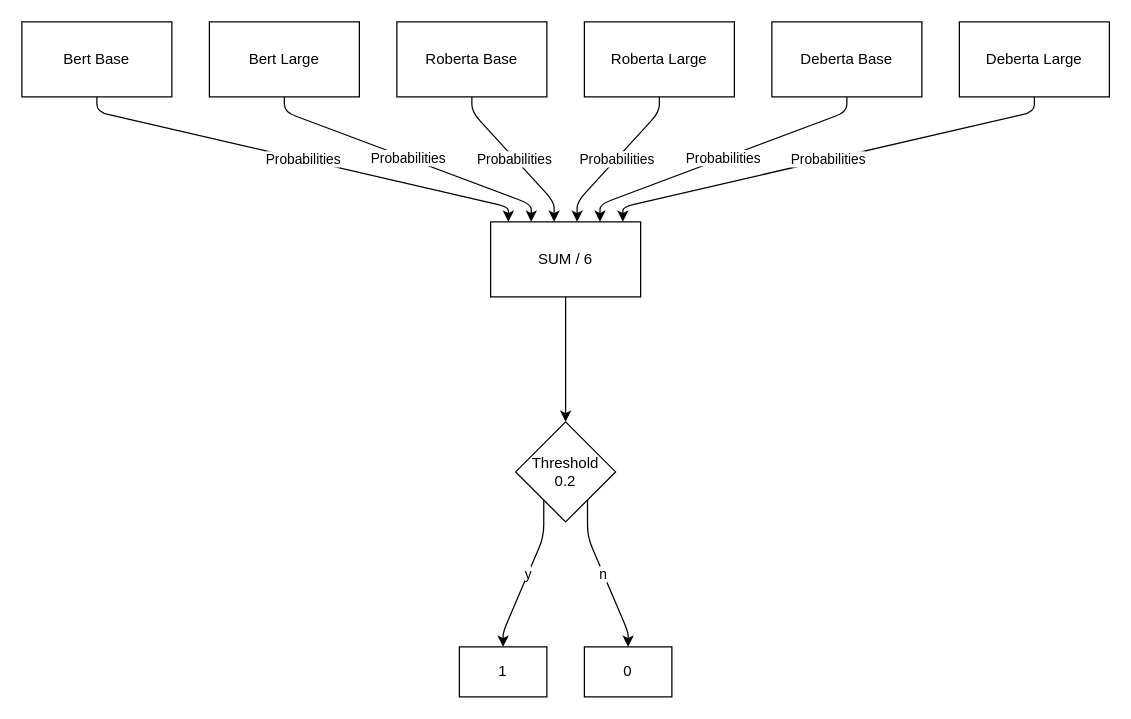
Above: diagrams/prob-equal.drawio in diegodimer/valueeval24 (draw.io), before the change. Source tidied: cells renumbered, new cells numbered last; positions are measured from the earlier drawing's top-left corner, leaving out a move shared by most shapes. Both pictures are drawn from the tidied source at 125%, with x=0, y=0 at pixel (21, 21).
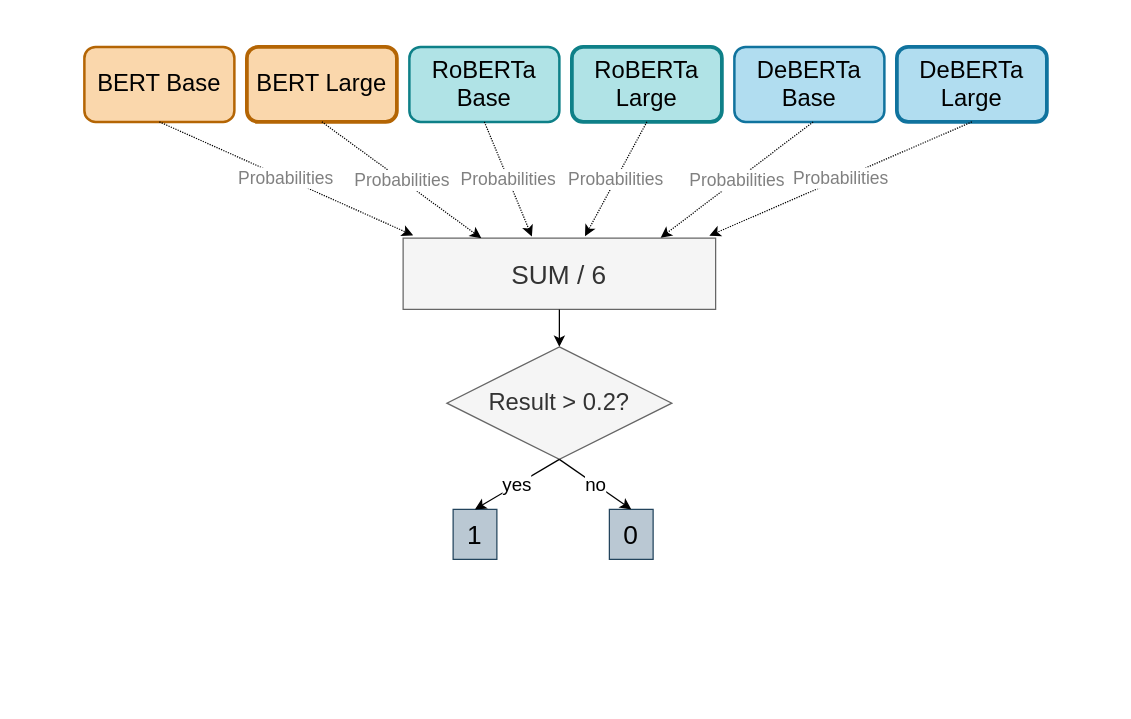
Above is the later version.

The edit, as a diff of the source:
```diff
@@
-    <mxCell id="2" value="Probabilities" style="edgeStyle=none;html=1;noEdgeStyle=1;orthogonal=1;" parent="1" edge="1" source="3" target="15">
-      <mxGeometry relative="1" as="geometry">
-        <Array as="points">
-          <mxPoint x="60" y="72" />
-          <mxPoint x="389.2" y="148" />
-        </Array>
-      </mxGeometry>
-    </mxCell>
-    <mxCell id="3" value="Bert Base" style="rounded=0;whiteSpace=wrap;html=1;" parent="1" vertex="1">
-      <mxGeometry width="120" height="60" as="geometry" />
-    </mxCell>
-    <mxCell id="4" value="Bert Large" style="rounded=0;whiteSpace=wrap;html=1;" parent="1" vertex="1">
-      <mxGeometry x="150" width="120" height="60" as="geometry" />
-    </mxCell>
-    <mxCell id="5" value="Roberta Base" style="rounded=0;whiteSpace=wrap;html=1;" parent="1" vertex="1">
-      <mxGeometry x="300" width="120" height="60" as="geometry" />
-    </mxCell>
-    <mxCell id="6" value="Roberta Large" style="rounded=0;whiteSpace=wrap;html=1;" parent="1" vertex="1">
-      <mxGeometry x="450" width="120" height="60" as="geometry" />
-    </mxCell>
-    <mxCell id="7" value="Deberta Base" style="rounded=0;whiteSpace=wrap;html=1;" parent="1" vertex="1">
-      <mxGeometry x="600" width="120" height="60" as="geometry" />
-    </mxCell>
-    <mxCell id="8" value="Deberta Large" style="rounded=0;whiteSpace=wrap;html=1;" parent="1" vertex="1">
-      <mxGeometry x="750" width="120" height="60" as="geometry" />
-    </mxCell>
-    <mxCell id="9" value="Probabilities" style="edgeStyle=none;html=1;noEdgeStyle=1;orthogonal=1;" parent="1" edge="1" source="4" target="15">
-      <mxGeometry relative="1" as="geometry">
-        <Array as="points">
-          <mxPoint x="210" y="72" />
-          <mxPoint x="407.5" y="146" />
-        </Array>
-      </mxGeometry>
-    </mxCell>
-    <mxCell id="10" value="Probabilities" style="edgeStyle=none;html=1;noEdgeStyle=1;orthogonal=1;" parent="1" edge="1" source="6" target="15">
-      <mxGeometry relative="1" as="geometry">
-        <Array as="points">
-          <mxPoint x="510" y="72" />
-          <mxPoint x="444.2" y="144" />
-        </Array>
-      </mxGeometry>
-    </mxCell>
-    <mxCell id="11" value="Probabilities" style="edgeStyle=none;html=1;noEdgeStyle=1;orthogonal=1;" parent="1" edge="1" source="7" target="15">
-      <mxGeometry relative="1" as="geometry">
-        <Array as="points">
-          <mxPoint x="660" y="72" />
-          <mxPoint x="462.5" y="146" />
-        </Array>
-      </mxGeometry>
-    </mxCell>
-    <mxCell id="12" value="Probabilities" style="edgeStyle=none;html=1;noEdgeStyle=1;orthogonal=1;" parent="1" edge="1" source="8" target="15">
-      <mxGeometry relative="1" as="geometry">
-        <Array as="points">
-          <mxPoint x="810" y="72" />
-          <mxPoint x="480.8" y="148" />
-        </Array>
-      </mxGeometry>
-    </mxCell>
-    <mxCell id="13" value="Probabilities" style="edgeStyle=none;html=1;noEdgeStyle=1;orthogonal=1;" parent="1" edge="1" source="5" target="15">
-      <mxGeometry relative="1" as="geometry">
-        <Array as="points">
-          <mxPoint x="360" y="72" />
-          <mxPoint x="425.8" y="144" />
-        </Array>
-      </mxGeometry>
-    </mxCell>
-    <mxCell id="14" style="edgeStyle=none;html=1;noEdgeStyle=1;orthogonal=1;" parent="1" edge="1" source="15" target="18">
-      <mxGeometry relative="1" as="geometry">
-        <Array as="points">
-          <mxPoint x="435" y="232" />
-          <mxPoint x="435" y="308" />
-        </Array>
-      </mxGeometry>
-    </mxCell>
-    <mxCell id="15" value="SUM / 6" style="rounded=0;whiteSpace=wrap;html=1;" parent="1" vertex="1">
-      <mxGeometry x="375" y="160" width="120" height="60" as="geometry" />
+    <mxCell id="15" value="&lt;font style=&quot;font-size: 21px;&quot;&gt;SUM / 6&lt;/font&gt;" style="rounded=0;whiteSpace=wrap;html=1;fillColor=#f5f5f5;fontColor=#333333;strokeColor=#666666;" parent="1" vertex="1">
+      <mxGeometry x="305" y="173" width="250" height="57" as="geometry" />
     </mxCell>
-    <mxCell id="16" value="y" style="edgeStyle=none;html=1;noEdgeStyle=1;orthogonal=1;" parent="1" edge="1" source="18" target="19">
-      <mxGeometry relative="1" as="geometry">
-        <Array as="points">
-          <mxPoint x="417.5" y="412" />
-          <mxPoint x="385" y="488" />
-        </Array>
-      </mxGeometry>
-    </mxCell>
-    <mxCell id="17" value="n" style="edgeStyle=none;html=1;noEdgeStyle=1;orthogonal=1;" parent="1" edge="1" source="18" target="20">
-      <mxGeometry relative="1" as="geometry">
-        <Array as="points">
-          <mxPoint x="452.5" y="412" />
-          <mxPoint x="485" y="488" />
-        </Array>
-      </mxGeometry>
-    </mxCell>
-    <mxCell id="18" value="Threshold&lt;br&gt;0.2" style="rhombus;whiteSpace=wrap;html=1;" parent="1" vertex="1">
-      <mxGeometry x="395" y="320" width="80" height="80" as="geometry" />
-    </mxCell>
+    <mxCell id="21" value="BERT Base" style="rounded=1;whiteSpace=wrap;html=1;fontSize=19;fillColor=#fad7ac;strokeColor=#b46504;strokeWidth=2;" parent="1" vertex="1">
+      <mxGeometry x="50" y="20" width="120" height="60" as="geometry" />
+    </mxCell>
+    <mxCell id="22" value="BERT Large" style="rounded=1;whiteSpace=wrap;html=1;fontSize=19;fillColor=#fad7ac;strokeColor=#b46504;strokeWidth=3;" parent="1" vertex="1">
+      <mxGeometry x="180" y="20" width="120" height="60" as="geometry" />
+    </mxCell>
+    <mxCell id="23" value="RoBERTa Base" style="rounded=1;whiteSpace=wrap;html=1;fontSize=19;fillColor=#b0e3e6;strokeColor=#0e8088;strokeWidth=2;" parent="1" vertex="1">
+      <mxGeometry x="310" y="20" width="120" height="60" as="geometry" />
+    </mxCell>
+    <mxCell id="24" value="RoBERTa Large" style="rounded=1;whiteSpace=wrap;html=1;fontSize=19;fillColor=#b0e3e6;strokeColor=#0e8088;strokeWidth=3;" parent="1" vertex="1">
+      <mxGeometry x="440" y="20" width="120" height="60" as="geometry" />
+    </mxCell>
+    <mxCell id="25" value="DeBERTa Base" style="rounded=1;whiteSpace=wrap;html=1;fontSize=19;fillColor=#b1ddf0;strokeColor=#10739e;strokeWidth=2;" parent="1" vertex="1">
+      <mxGeometry x="570" y="20" width="120" height="60" as="geometry" />
+    </mxCell>
+    <mxCell id="26" value="DeBERTa Large" style="rounded=1;whiteSpace=wrap;html=1;fontSize=19;fillColor=#b1ddf0;strokeColor=#10739e;strokeWidth=3;" parent="1" vertex="1">
+      <mxGeometry x="700" y="20" width="120" height="60" as="geometry" />
+    </mxCell>
+    <mxCell id="27" value="Probabilities" style="endArrow=classic;html=1;rounded=0;exitX=0.5;exitY=1;exitDx=0;exitDy=0;entryX=0.032;entryY=-0.039;entryDx=0;entryDy=0;entryPerimeter=0;dashed=1;dashPattern=1 1;fontSize=14;fontColor=#808080;" parent="1" edge="1" target="15">
+      <mxGeometry relative="1" as="geometry">
+        <mxPoint x="110" y="80" as="sourcePoint" />
+      </mxGeometry>
+    </mxCell>
+    <mxCell id="28" value="Probabilities" style="endArrow=classic;html=1;rounded=0;exitX=0.5;exitY=1;exitDx=0;exitDy=0;dashed=1;dashPattern=1 1;fontSize=14;fontColor=#808080;" parent="1" edge="1" source="26">
+      <mxGeometry relative="1" as="geometry">
+        <mxPoint x="550" y="171" as="targetPoint" />
+      </mxGeometry>
+    </mxCell>
+    <mxCell id="29" value="Probabilities" style="endArrow=classic;html=1;rounded=0;exitX=0.5;exitY=1;exitDx=0;exitDy=0;dashed=1;dashPattern=1 1;fontSize=14;fontColor=#808080;entryX=0.25;entryY=0;entryDx=0;entryDy=0;" parent="1" edge="1" target="15">
+      <mxGeometry relative="1" as="geometry">
+        <mxPoint x="240" y="80" as="sourcePoint" />
+      </mxGeometry>
+    </mxCell>
+    <mxCell id="30" value="Probabilities" style="endArrow=classic;html=1;rounded=0;exitX=0.5;exitY=1;exitDx=0;exitDy=0;dashed=1;dashPattern=1 1;fontSize=14;fontColor=#808080;entryX=0.824;entryY=-0.005;entryDx=0;entryDy=0;entryPerimeter=0;" parent="1" edge="1" target="15">
+      <mxGeometry relative="1" as="geometry">
+        <mxPoint x="633" y="80" as="sourcePoint" />
+      </mxGeometry>
+    </mxCell>
+    <mxCell id="31" value="Probabilities" style="endArrow=classic;html=1;rounded=0;exitX=0.5;exitY=1;exitDx=0;exitDy=0;entryX=0.412;entryY=-0.022;entryDx=0;entryDy=0;entryPerimeter=0;dashed=1;dashPattern=1 1;fontSize=14;fontColor=#808080;" parent="1" edge="1" source="23" target="15">
+      <mxGeometry relative="1" as="geometry" />
+    </mxCell>
+    <mxCell id="32" value="Probabilities" style="endArrow=classic;html=1;rounded=0;exitX=0.5;exitY=1;exitDx=0;exitDy=0;entryX=0.582;entryY=-0.026;entryDx=0;entryDy=0;entryPerimeter=0;dashed=1;dashPattern=1 1;fontSize=14;fontColor=#808080;" parent="1" edge="1" source="24" target="15">
+      <mxGeometry relative="1" as="geometry" />
+    </mxCell>
+    <mxCell id="33" value="&lt;div style=&quot;font-size: 19px;&quot;&gt;Result &amp;gt; 0.2?&lt;/div&gt;" style="rhombus;whiteSpace=wrap;html=1;fontSize=19;fillColor=#f5f5f5;fontColor=#333333;strokeColor=#666666;labelPosition=center;verticalLabelPosition=middle;align=center;verticalAlign=middle;" parent="1" vertex="1">
+      <mxGeometry x="340" y="260" width="180" height="90" as="geometry" />
+    </mxCell>
+    <mxCell id="34" style="endArrow=classic;html=1;rounded=0;exitX=0.5;exitY=1;exitDx=0;exitDy=0;entryX=0.5;entryY=0;entryDx=0;entryDy=0;" parent="1" edge="1" target="33">
+      <mxGeometry relative="1" as="geometry">
+        <mxPoint x="430" y="230" as="sourcePoint" />
+      </mxGeometry>
+    </mxCell>
-    <mxCell id="19" value="1" style="rounded=0;whiteSpace=wrap;html=1;" parent="1" vertex="1">
-      <mxGeometry x="350" y="500" width="70" height="40" as="geometry" />
+    <mxCell id="19" value="&lt;font style=&quot;font-size: 21px;&quot;&gt;1&lt;/font&gt;" style="rounded=0;whiteSpace=wrap;html=1;fillColor=#bac8d3;strokeColor=#23445d;fontSize=21;" parent="1" vertex="1">
+      <mxGeometry x="345" y="390" width="35" height="40" as="geometry" />
     </mxCell>
-    <mxCell id="20" value="0" style="rounded=0;whiteSpace=wrap;html=1;" parent="1" vertex="1">
-      <mxGeometry x="450" y="500" width="70" height="40" as="geometry" />
+    <mxCell id="20" value="&lt;font style=&quot;font-size: 21px;&quot;&gt;0&lt;/font&gt;" style="rounded=0;whiteSpace=wrap;html=1;fillColor=#bac8d3;strokeColor=#23445d;fontSize=21;" parent="1" vertex="1">
+      <mxGeometry x="470" y="390" width="35" height="40" as="geometry" />
     </mxCell>
+    <mxCell id="35" value="yes" style="endArrow=classic;html=1;rounded=0;exitX=0.5;exitY=1;exitDx=0;exitDy=0;entryX=0.5;entryY=0;entryDx=0;entryDy=0;fontSize=15;" parent="1" edge="1" source="33" target="19">
+      <mxGeometry relative="1" as="geometry" />
+    </mxCell>
+    <mxCell id="36" value="no" style="endArrow=classic;html=1;rounded=0;entryX=0.5;entryY=0;entryDx=0;entryDy=0;fontSize=15;" parent="1" edge="1" target="20">
+      <mxGeometry relative="1" as="geometry">
+        <mxPoint x="430" y="350" as="sourcePoint" />
+      </mxGeometry>
+    </mxCell>
```
